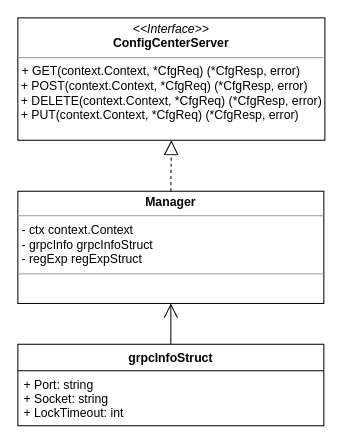
dalgorithm-bastar/configer keeps this draw.io diagram as page "处理模块" (4 of 17) of docs/概要设计文档/概设原始图.drawio. Above is the earlier version. Source tidied: cells renumbered, new cells numbered last; positions are measured from the earlier drawing's top-left corner, leaving out a move shared by most shapes. Both pictures are drawn from the tidied source at 102%, with x=0, y=0 at pixel (17, 17).
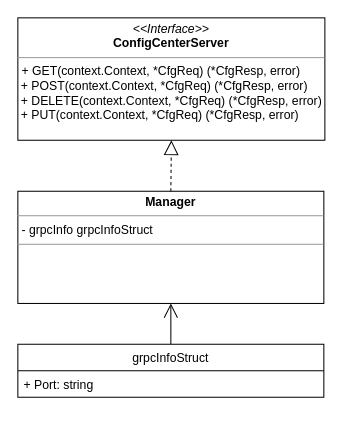
The same diagram, later.

Change to the diagram source:
```diff
@@
 <mxGraphModel>
   <root>
     <mxCell id="0" />
     <mxCell id="1" parent="0" />
     <mxCell id="2" value="&lt;p style=&quot;margin: 0px ; margin-top: 4px ; text-align: center&quot;&gt;&lt;i&gt;&amp;lt;&amp;lt;Interface&amp;gt;&amp;gt;&lt;/i&gt;&lt;br&gt;&lt;b&gt;ConfigCenterServer&lt;/b&gt;&lt;/p&gt;&lt;hr size=&quot;1&quot;&gt;&lt;p style=&quot;margin: 0px ; margin-left: 4px&quot;&gt;&lt;span style=&quot;background-color: rgb(255 , 255 , 255)&quot;&gt;+ GET(context.Context, *CfgReq) (*CfgResp, error)&lt;/span&gt;&lt;br&gt;&lt;/p&gt;&amp;nbsp;+ POS&lt;span style=&quot;background-color: rgb(255 , 255 , 255)&quot;&gt;T(context.Context, *CfgReq) (*CfgResp, error)&lt;/span&gt;&lt;br&gt;&amp;nbsp;+&amp;nbsp;&lt;span style=&quot;background-color: rgb(255 , 255 , 255)&quot;&gt;DELETE(context.Context, *CfgReq) (*CfgResp, error)&lt;/span&gt;&lt;br&gt;&amp;nbsp;+&amp;nbsp;&lt;span style=&quot;background-color: rgb(255 , 255 , 255)&quot;&gt;PUT(context.Context, *CfgReq) (*CfgResp, error)&lt;/span&gt;" style="verticalAlign=top;align=left;overflow=fill;fontSize=12;fontFamily=Helvetica;html=1;" parent="1" vertex="1">
       <mxGeometry width="301" height="120" as="geometry" />
     </mxCell>
-    <mxCell id="3" value="&lt;p style=&quot;margin: 0px ; margin-top: 4px ; text-align: center&quot;&gt;&lt;b&gt;Manager&lt;/b&gt;&lt;/p&gt;&lt;hr size=&quot;1&quot;&gt;&lt;p style=&quot;margin: 0px ; margin-left: 4px&quot;&gt;- ctx context.Context&lt;/p&gt;&lt;p style=&quot;margin: 0px ; margin-left: 4px&quot;&gt;- grpcInfo grpcInfoStruct&lt;/p&gt;&lt;p style=&quot;margin: 0px ; margin-left: 4px&quot;&gt;- regExp regExpStruct&lt;/p&gt;&lt;hr size=&quot;1&quot;&gt;&lt;br&gt;&lt;p style=&quot;margin: 0px ; margin-left: 4px&quot;&gt;&lt;/p&gt;" style="verticalAlign=top;align=left;overflow=fill;fontSize=12;fontFamily=Helvetica;html=1;" parent="1" vertex="1">
+    <mxCell id="3" value="&lt;p style=&quot;margin: 0px ; margin-top: 4px ; text-align: center&quot;&gt;&lt;b&gt;Manager&lt;/b&gt;&lt;/p&gt;&lt;hr size=&quot;1&quot;&gt;&lt;p style=&quot;margin: 0px ; margin-left: 4px&quot;&gt;- grpcInfo grpcInfoStruct&lt;/p&gt;&lt;hr size=&quot;1&quot;&gt;&lt;br&gt;&lt;p style=&quot;margin: 0px ; margin-left: 4px&quot;&gt;&lt;/p&gt;" style="verticalAlign=top;align=left;overflow=fill;fontSize=12;fontFamily=Helvetica;html=1;" parent="1" vertex="1">
       <mxGeometry y="170" width="300" height="110" as="geometry" />
     </mxCell>
     <mxCell id="4" style="endArrow=block;dashed=1;endFill=0;endSize=12;html=1;exitX=0.5;exitY=0;exitDx=0;exitDy=0;entryX=0.5;entryY=1;entryDx=0;entryDy=0;" parent="1" edge="1" source="3" target="2">
       <mxGeometry relative="1" as="geometry" />
     </mxCell>
-    <mxCell id="5" value="grpcInfoStruct" style="swimlane;fontStyle=1;horizontal=1;startSize=26;fillColor=none;" parent="1" vertex="1">
-      <mxGeometry y="320" width="300" height="80" as="geometry" />
+    <mxCell id="5" value="grpcInfoStruct" style="swimlane;fontStyle=0;horizontal=1;startSize=26;fillColor=none;" parent="1" vertex="1">
+      <mxGeometry y="320" width="300" height="52" as="geometry" />
     </mxCell>
-    <mxCell id="6" value="+ Port: string&#10;+ Socket: string&#10;+ LockTimeout: int" style="text;strokeColor=none;fillColor=none;align=left;verticalAlign=top;spacingLeft=4;spacingRight=4;overflow=hidden;" parent="5" vertex="1">
-      <mxGeometry y="26" width="300" height="54" as="geometry" />
+    <mxCell id="6" value="+ Port: string" style="text;strokeColor=none;fillColor=none;align=left;verticalAlign=top;spacingLeft=4;spacingRight=4;overflow=hidden;" parent="5" vertex="1">
+      <mxGeometry y="26" width="300" height="26" as="geometry" />
     </mxCell>
     <mxCell id="7" style="endArrow=open;endFill=1;endSize=12;html=1;entryX=0.5;entryY=1;entryDx=0;entryDy=0;exitX=0.5;exitY=0;exitDx=0;exitDy=0;" parent="1" edge="1" source="5" target="3">
       <mxGeometry relative="1" as="geometry" />
     </mxCell>
   </root>
 </mxGraphModel>
```
